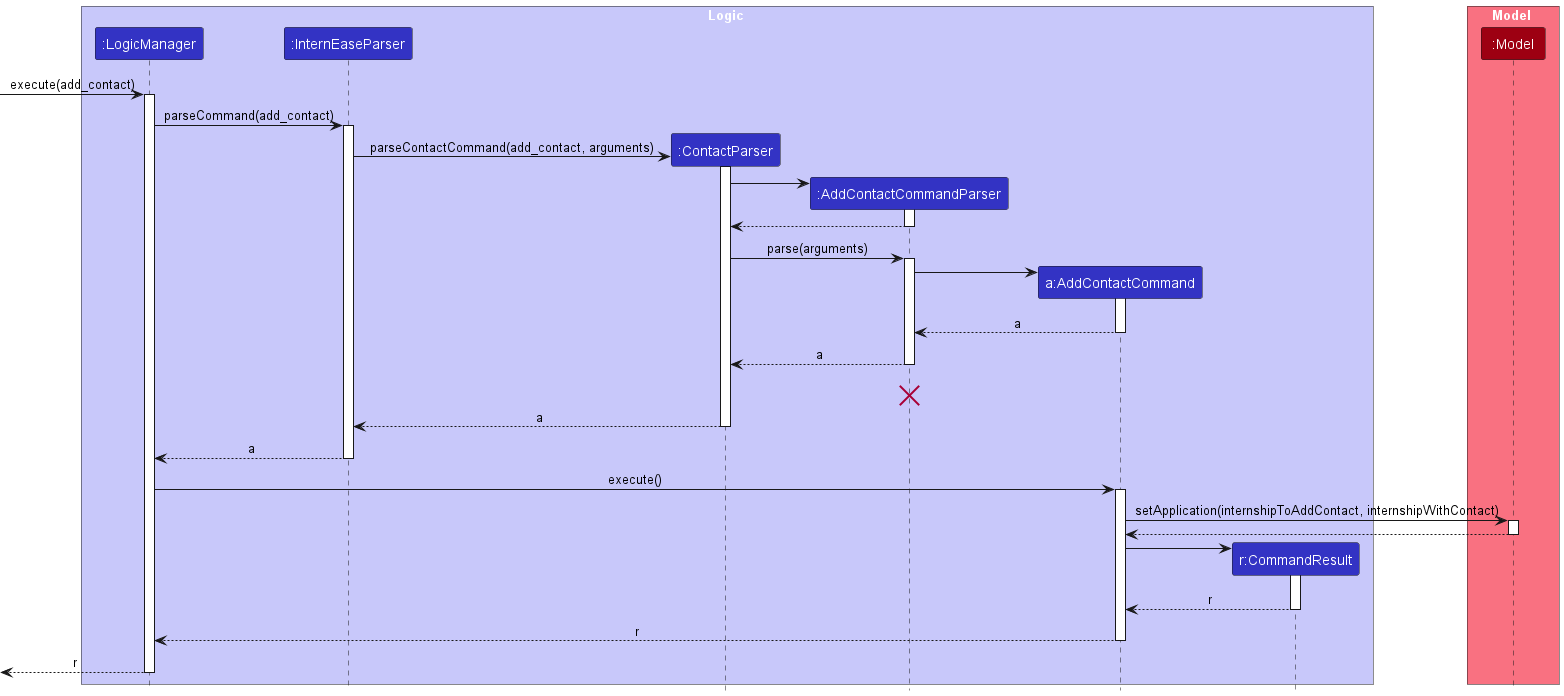
Earlier version of the PlantUML export docs/images/AddContactSequenceDiagram.png (nus-cs2103-AY2223S2/tp).
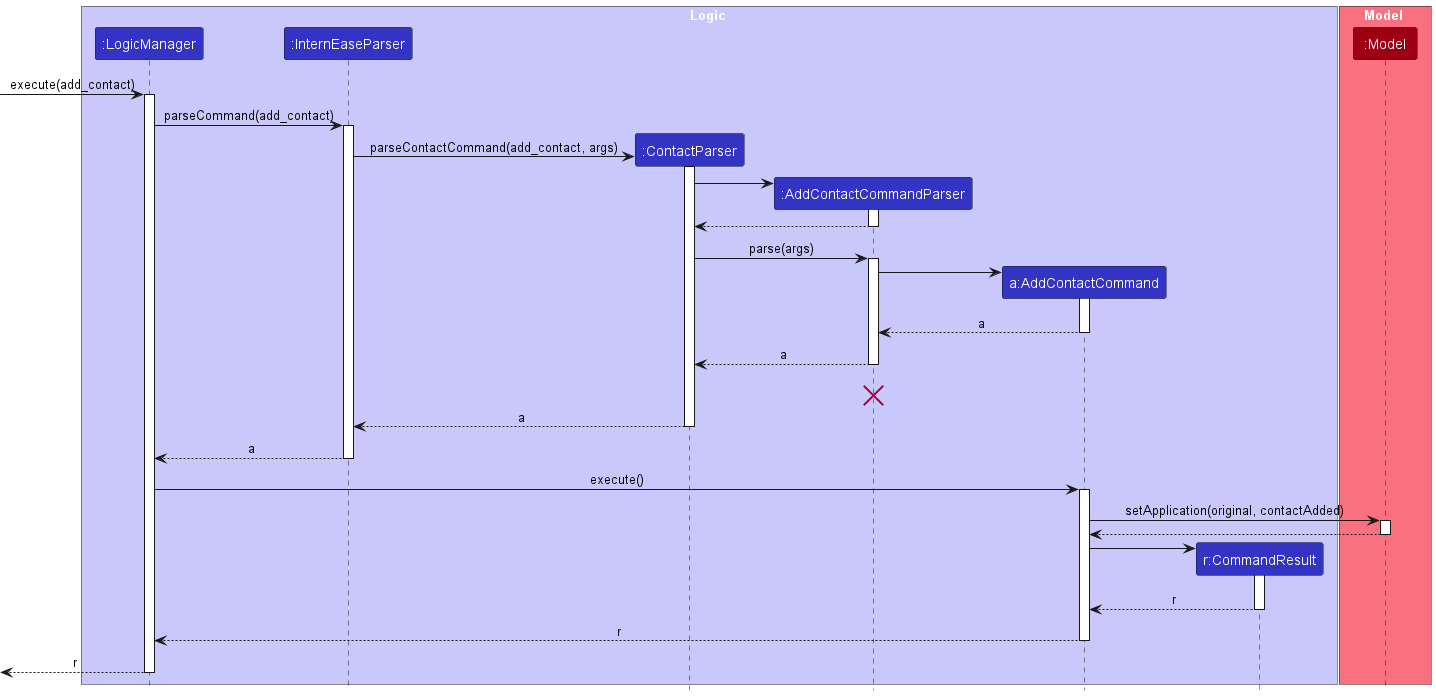
After the change.

Change to the diagram source:
```diff
@@ -20,7 +20,7 @@
 activate InternEaseParser
 
 create ContactParser
-InternEaseParser -> ContactParser : parseContactCommand(add_contact, arguments)
+InternEaseParser -> ContactParser : parseContactCommand(add_contact, args)
 activate ContactParser
 
 create AddContactCommandParser
@@ -30,7 +30,7 @@
 AddContactCommandParser --> ContactParser
 deactivate AddContactCommandParser
 
-ContactParser -> AddContactCommandParser : parse(arguments)
+ContactParser -> AddContactCommandParser : parse(args)
 activate AddContactCommandParser
 
 create AddContactCommand
@@ -54,7 +54,7 @@
 LogicManager -> AddContactCommand : execute()
 activate AddContactCommand
 
-AddContactCommand -> Model : setApplication(internshipToAddContact, internshipWithContact)
+AddContactCommand -> Model : setApplication(original, contactAdded)
 activate Model
 
 Model --> AddContactCommand
```
